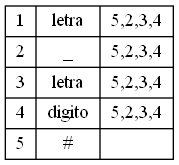
Above: identificadorSiguientes.png in DiegoxBaggins/JAVA-Basic-Compilator (Graphviz), before the change. Its source is kept beside it as identificadorSiguientes.dot. Its diagram source:
```dot
digraph G{
rankdir=UD
node[shape=box]
concentrate=true
nodotabla[shape=record label="{1|2|3|4|5}|{letra|_|letra|digito|#}|{5,2,3,4|5,2,3,4|5,2,3,4|5,2,3,4|}"]
}
```
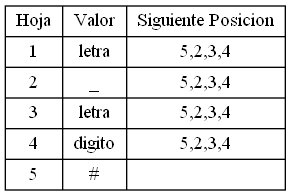
Above is the later version.

Diff of the diagram source:
```diff
@@ -2,5 +2,5 @@
 rankdir=UD
 node[shape=box]
 concentrate=true
-nodotabla[shape=record label="{1|2|3|4|5}|{letra|_|letra|digito|#}|{5,2,3,4|5,2,3,4|5,2,3,4|5,2,3,4|}"]
+nodotabla[shape=record label="{Hoja|1|2|3|4|5}|{Valor|letra|_|letra|digito|#}|{Siguiente Posicion|5,2,3,4|5,2,3,4|5,2,3,4|5,2,3,4|}"]
 }
```
